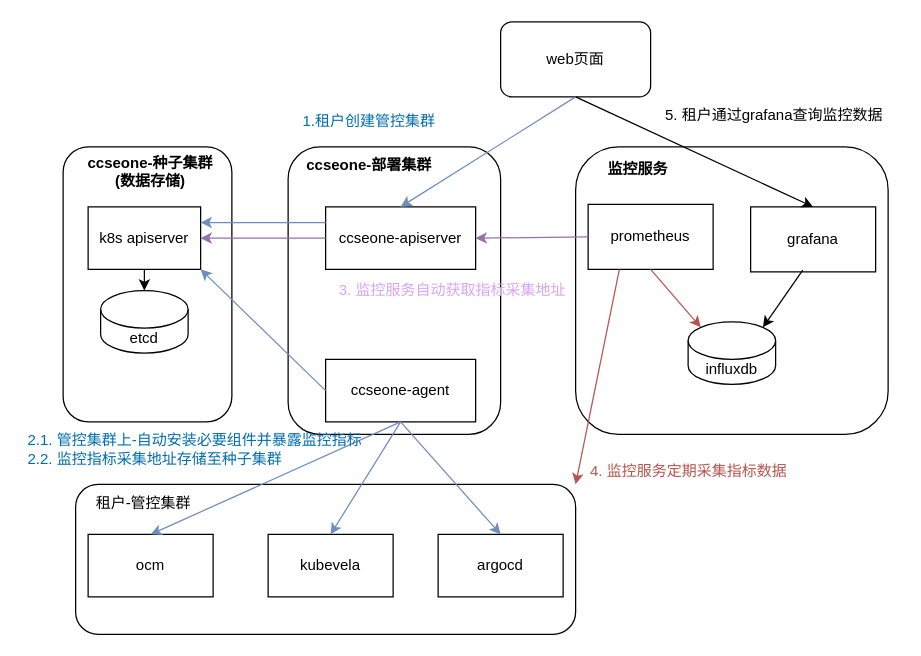
The draw.io diagram page "监控" (6 of 8) of drawio/zz.drawio in Tiny-VS-Lina/ccse, before the edit. Source tidied: cells renumbered, new cells numbered last; positions are measured from the earlier drawing's top-left corner, leaving out a move shared by most shapes. Both pictures are drawn from the tidied source at 125%, with x=0, y=0 at pixel (25, 21).
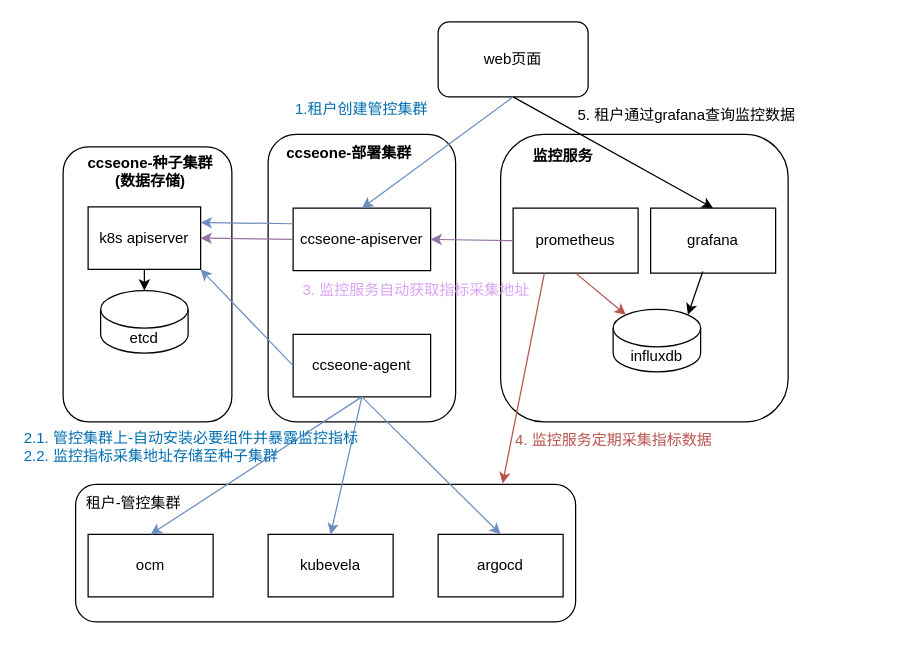
The same diagram, later.

The edit, as a diff of the source:
```diff
@@
     <mxCell id="2" style="rounded=1;whiteSpace=wrap;html=1;" parent="1" vertex="1">
-      <mxGeometry x="210" y="100" width="170" height="230" as="geometry" />
+      <mxGeometry x="194" y="90" width="150" height="230" as="geometry" />
     </mxCell>
     <mxCell id="3" style="rounded=1;whiteSpace=wrap;html=1;" parent="1" vertex="1">
-      <mxGeometry x="40" y="370" width="400" height="120" as="geometry" />
+      <mxGeometry x="40" y="370" width="400" height="110" as="geometry" />
     </mxCell>
@@
     <mxCell id="12" value="ccseone-agent" style="rounded=0;whiteSpace=wrap;html=1;" parent="1" vertex="1">
-      <mxGeometry x="240" y="270" width="120" height="50" as="geometry" />
+      <mxGeometry x="214" y="250" width="110" height="50" as="geometry" />
     </mxCell>
@@
     <mxCell id="17" value="ccseone-apiserver" style="rounded=0;whiteSpace=wrap;html=1;" parent="1" vertex="1">
-      <mxGeometry x="240" y="148" width="120" height="50" as="geometry" />
+      <mxGeometry x="214" y="149" width="110" height="50" as="geometry" />
     </mxCell>
@@
     <mxCell id="19" style="rounded=1;whiteSpace=wrap;html=1;" parent="1" vertex="1">
-      <mxGeometry x="440" y="100" width="250" height="230" as="geometry" />
+      <mxGeometry x="380" y="90" width="230" height="230" as="geometry" />
     </mxCell>
     <mxCell id="20" value="prometheus" style="rounded=0;whiteSpace=wrap;html=1;" parent="1" vertex="1">
-      <mxGeometry x="450" y="146" width="100" height="52" as="geometry" />
+      <mxGeometry x="390" y="149" width="100" height="52" as="geometry" />
     </mxCell>
     <mxCell id="21" value="influxdb" style="shape=cylinder3;whiteSpace=wrap;html=1;boundedLbl=1;backgroundOutline=1;size=15;" parent="1" vertex="1">
-      <mxGeometry x="530" y="240" width="70" height="50" as="geometry" />
+      <mxGeometry x="470" y="230" width="70" height="50" as="geometry" />
     </mxCell>
     <mxCell id="22" value="grafana" style="rounded=0;whiteSpace=wrap;html=1;" parent="1" vertex="1">
-      <mxGeometry x="580" y="148" width="100" height="52" as="geometry" />
+      <mxGeometry x="500" y="149" width="100" height="52" as="geometry" />
     </mxCell>
@@
-    <mxCell id="26" style="endArrow=classic;html=1;rounded=0;exitX=0.25;exitY=1;exitDx=0;exitDy=0;entryX=1;entryY=0;entryDx=0;entryDy=0;fillColor=#f8cecc;strokeColor=#b85450;" parent="1" edge="1" source="20" target="3">
+    <mxCell id="26" style="endArrow=classic;html=1;rounded=0;exitX=0.25;exitY=1;exitDx=0;exitDy=0;fillColor=#f8cecc;strokeColor=#b85450;entryX=0.854;entryY=-0.006;entryDx=0;entryDy=0;entryPerimeter=0;" parent="1" edge="1" source="20" target="3">
       <mxGeometry relative="1" as="geometry" />
     </mxCell>
     <mxCell id="27" value="&lt;b&gt;ccseone-部署集群&lt;/b&gt;" style="text;html=1;strokeColor=none;fillColor=none;align=center;verticalAlign=middle;whiteSpace=wrap;rounded=0;" parent="1" vertex="1">
-      <mxGeometry x="220" y="100" width="110" height="30" as="geometry" />
+      <mxGeometry x="204" y="90" width="110" height="30" as="geometry" />
     </mxCell>
     <mxCell id="28" value="租户-管控集群" style="text;html=1;strokeColor=none;fillColor=none;align=center;verticalAlign=middle;whiteSpace=wrap;rounded=0;" parent="1" vertex="1">
-      <mxGeometry x="47.5" y="370" width="92.5" height="30" as="geometry" />
+      <mxGeometry x="40" y="370" width="92.5" height="30" as="geometry" />
     </mxCell>
     <mxCell id="29" value="&lt;b&gt;监控服务&lt;/b&gt;" style="text;html=1;strokeColor=none;fillColor=none;align=center;verticalAlign=middle;whiteSpace=wrap;rounded=0;" parent="1" vertex="1">
-      <mxGeometry x="450" y="105" width="80" height="25" as="geometry" />
+      <mxGeometry x="390" y="95" width="80" height="25" as="geometry" />
     </mxCell>
     <mxCell id="30" value="web页面" style="rounded=1;whiteSpace=wrap;html=1;" parent="1" vertex="1">
-      <mxGeometry x="380" width="120" height="60" as="geometry" />
+      <mxGeometry x="330" width="120" height="60" as="geometry" />
     </mxCell>
@@
     <mxCell id="34" value="2.1.&amp;nbsp;管控集群上-自动安装必要组件并暴露监控指标&lt;br&gt;2.2. 监控指标采集地址存储至种子集群" style="text;html=1;strokeColor=none;fillColor=none;align=left;verticalAlign=middle;whiteSpace=wrap;rounded=0;fontColor=#006eaf;" parent="1" vertex="1">
-      <mxGeometry y="322" width="273.5" height="40" as="geometry" />
+      <mxGeometry x="-3" y="320" width="273.5" height="40" as="geometry" />
     </mxCell>
     <mxCell id="35" value="1.租户创建管控集群" style="text;html=1;strokeColor=none;fillColor=none;align=left;verticalAlign=middle;whiteSpace=wrap;rounded=0;fontColor=#006eaf;" parent="1" vertex="1">
-      <mxGeometry x="220" y="60" width="130" height="40" as="geometry" />
+      <mxGeometry x="214" y="50" width="130" height="40" as="geometry" />
     </mxCell>
     <mxCell id="36" value="3.&amp;nbsp;监控服务自动获取指标采集地址" style="text;html=1;strokeColor=none;fillColor=none;align=left;verticalAlign=middle;whiteSpace=wrap;rounded=0;fontColor=#d9a4f4;" parent="1" vertex="1">
-      <mxGeometry x="249" y="195" width="190" height="40" as="geometry" />
+      <mxGeometry x="220" y="195" width="190" height="40" as="geometry" />
     </mxCell>
     <mxCell id="37" value="4.&amp;nbsp;监控服务定期采集指标数据" style="text;html=1;strokeColor=none;fillColor=none;align=left;verticalAlign=middle;whiteSpace=wrap;rounded=0;fontColor=#b85450;" parent="1" vertex="1">
-      <mxGeometry x="450" y="340" width="190" height="40" as="geometry" />
+      <mxGeometry x="390" y="320" width="170" height="30" as="geometry" />
     </mxCell>
     <mxCell id="38" value="5.&amp;nbsp;租户通过grafana查询监控数据" style="text;html=1;strokeColor=none;fillColor=none;align=left;verticalAlign=middle;whiteSpace=wrap;rounded=0;fontColor=#000000;" parent="1" vertex="1">
-      <mxGeometry x="510" y="60" width="190" height="30" as="geometry" />
+      <mxGeometry x="440" y="60" width="190" height="30" as="geometry" />
     </mxCell>
```
